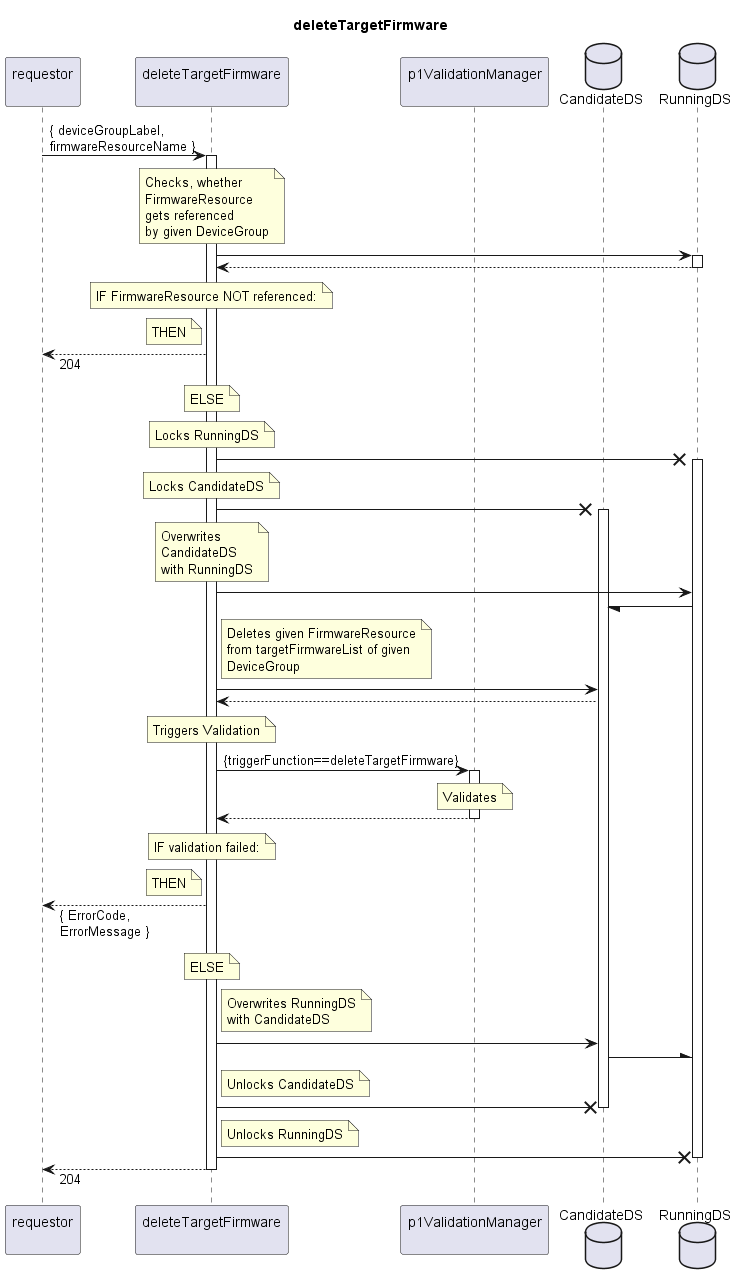
This is spec/Services/deleteTargetFirmware/1.0.0/deleteTargetFirmware.png from openBackhaul/FirmWareManager, a PlantUML export, as it was before one commit.
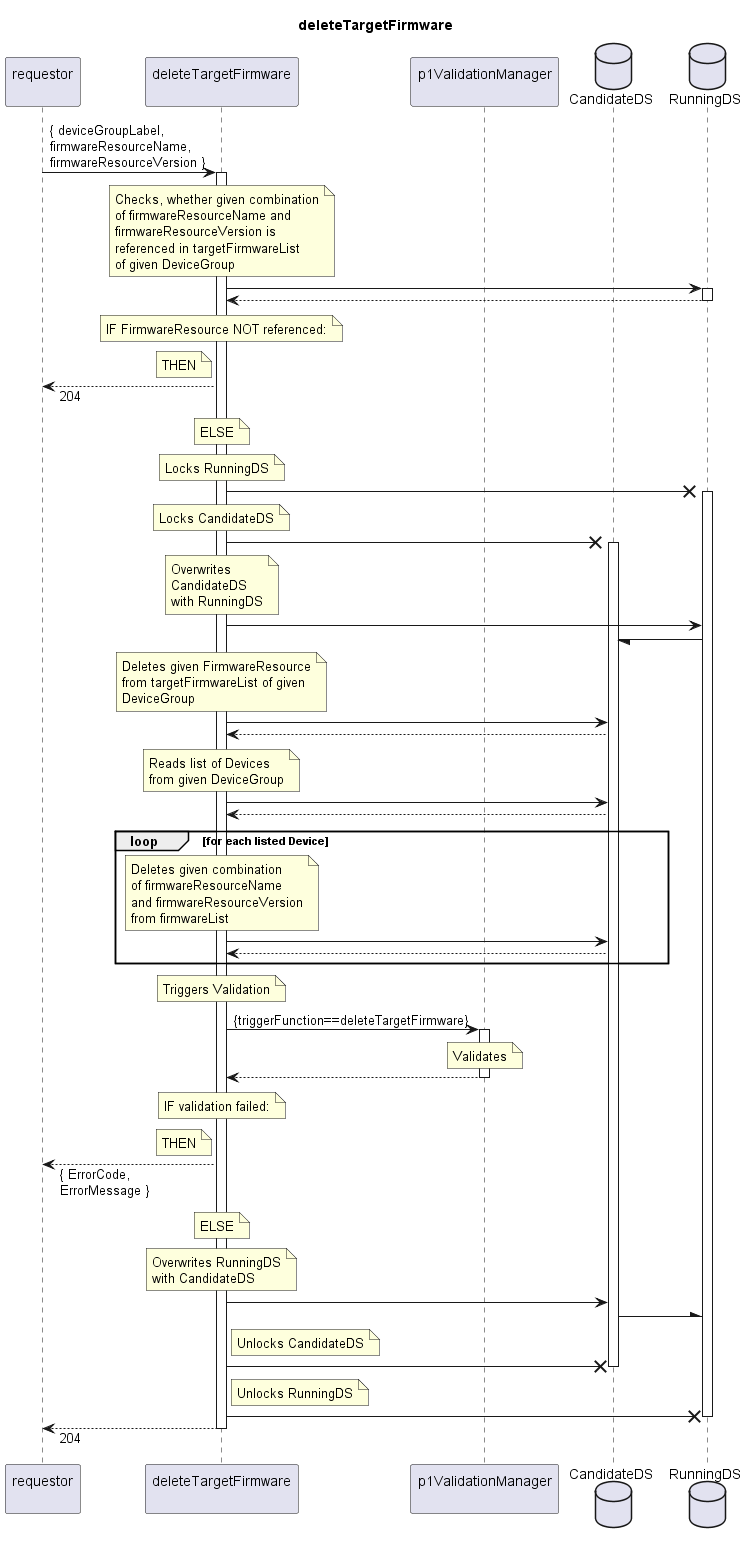
The same file after the commit.

Diff of the diagram source:
```diff
@@ -11,14 +11,15 @@
 database "CandidateDS" as CanDS
 database "RunningDS" as RunDS
 
-requestor -> delTarget: { deviceGroupLabel,\nfirmwareResourceName }
+requestor -> delTarget: { deviceGroupLabel,\nfirmwareResourceName,\nfirmwareResourceVersion }
 activate delTarget
 
   note over delTarget
-    Checks, whether
-    FirmwareResource
-    gets referenced
-    by given DeviceGroup
+    Checks, whether given combination
+    of firmwareResourceName and
+    firmwareResourceVersion is
+    referenced in targetFirmwareList
+    of given DeviceGroup
   end note
   delTarget -> RunDS
   activate RunDS
@@ -53,13 +54,31 @@
   delTarget -> RunDS
   RunDS -/ CanDS
 
-  note right delTarget
+  note over delTarget
     Deletes given FirmwareResource
     from targetFirmwareList of given
     DeviceGroup
   end note
   delTarget -> CanDS
   delTarget <-- CanDS
+
+  note over delTarget
+    Reads list of Devices
+    from given DeviceGroup
+  end note
+  delTarget -> CanDS
+  delTarget <-- CanDS
+
+  loop for each listed Device
+    note over delTarget
+      Deletes given combination
+      of firmwareResourceName
+      and firmwareResourceVersion
+      from firmwareList
+    end note
+    delTarget -> CanDS
+    delTarget <-- CanDS
+  end loop
 
   note over delTarget
     Triggers Validation
@@ -82,7 +101,7 @@
     ELSE
   end note
 
-  note right delTarget
+  note over delTarget
     Overwrites RunningDS
     with CandidateDS
   end note
```
